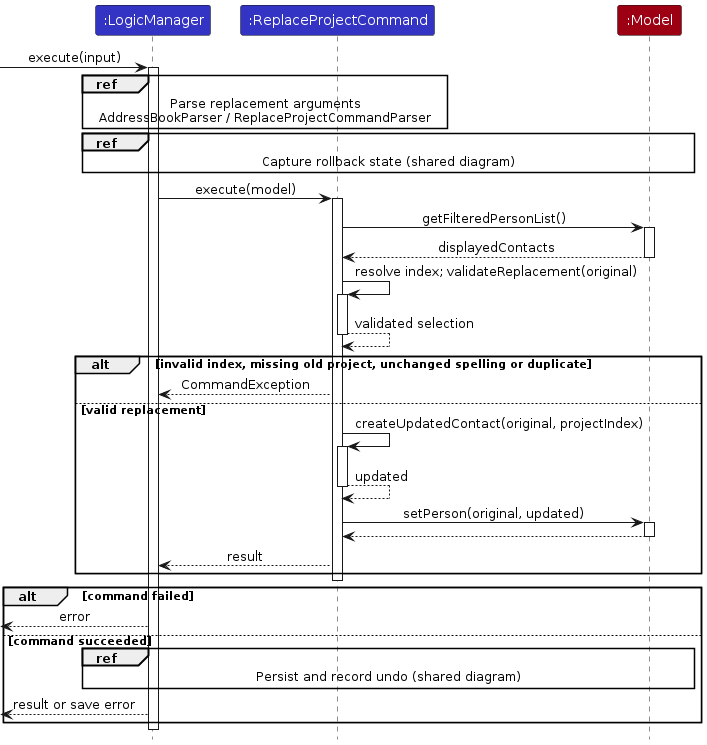
This is diagrams/ReplaceProjectSequenceDiagram.png from AY2627S1-CS2103T-W14-2/tp, a PlantUML export, as it was before one commit. Its source is kept beside it as diagrams/ReplaceProjectSequenceDiagram.puml. Its diagram source:
```plantuml
@startuml
!include style.puml
skinparam ArrowFontStyle plain

participant ":LogicManager" as Logic LOGIC_COLOR
participant ":ReplaceProjectCommand" as Command LOGIC_COLOR
participant ":Model" as Model MODEL_COLOR

[-> Logic : execute(input)
activate Logic
ref over Logic, Command
    Parse replacement arguments
    AddressBookParser / ReplaceProjectCommandParser
end ref
ref over Logic, Model : Capture rollback state (shared diagram)
Logic -> Command : execute(model)
activate Command
Command -> Model : getFilteredPersonList()
activate Model
Model --> Command : displayedContacts
deactivate Model
Command -> Command : resolve index; validateReplacement(original)
activate Command
Command --> Command : validated selection
deactivate Command
alt invalid index, missing old project, unchanged spelling or duplicate
    Command --> Logic : CommandException
else valid replacement
    Command -> Command : createUpdatedContact(original, projectIndex)
    activate Command
    Command --> Command : updated
    deactivate Command
    Command -> Model : setPerson(original, updated)
    activate Model
    Model --> Command
    deactivate Model
    Command --> Logic : result
end
deactivate Command

alt command failed
    [<-- Logic : error
else command succeeded
    ref over Logic, Model : Persist and record undo (shared diagram)
    [<-- Logic : result or save error
end
deactivate Logic
@enduml
```
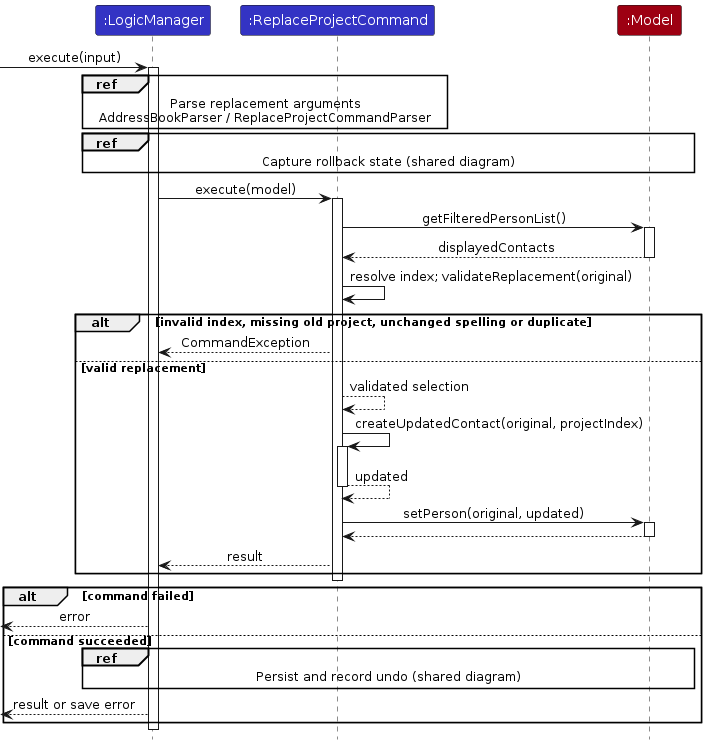
Above is the later version.

Change to the diagram source:
```diff
@@ -20,12 +20,10 @@
 Model --> Command : displayedContacts
 deactivate Model
 Command -> Command : resolve index; validateReplacement(original)
-activate Command
-Command --> Command : validated selection
-deactivate Command
 alt invalid index, missing old project, unchanged spelling or duplicate
     Command --> Logic : CommandException
 else valid replacement
+    Command --> Command : validated selection
     Command -> Command : createUpdatedContact(original, projectIndex)
     activate Command
     Command --> Command : updated
```
